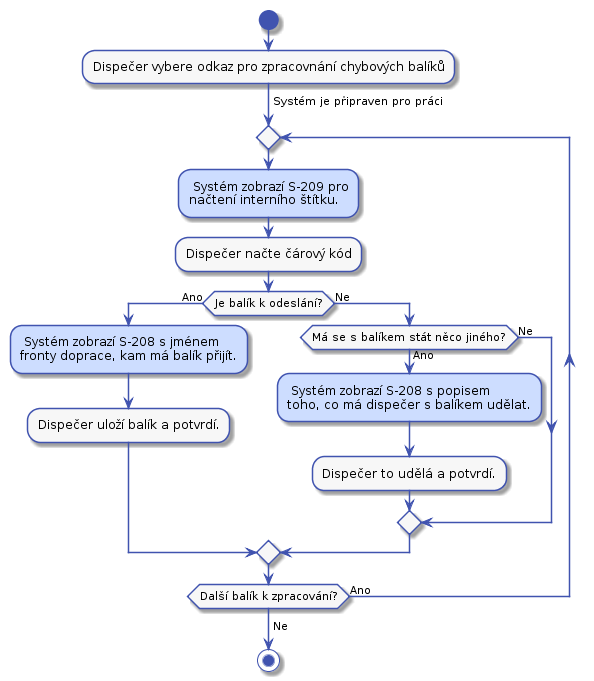
Above: docs/diagrams/out/uc-24-activity.png in Internet-Handel/postman (PlantUML), before the change.
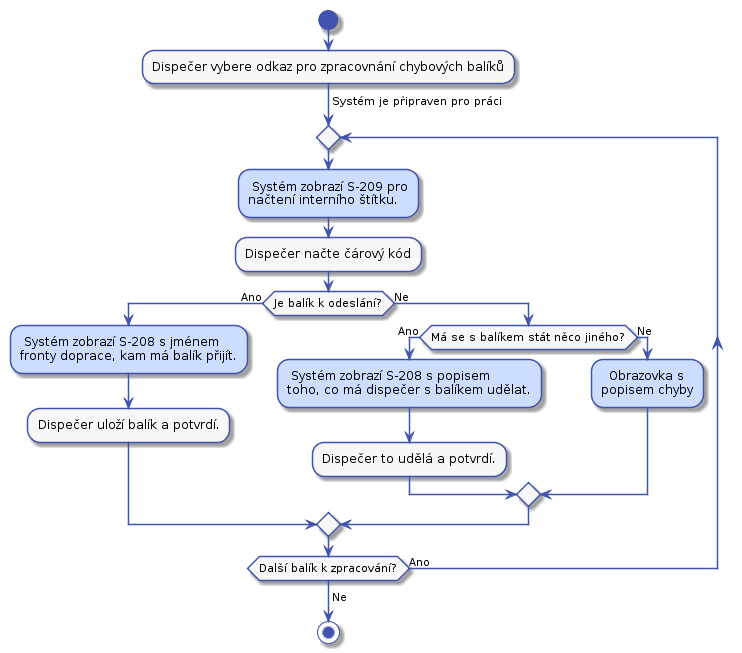
After the change.

What changed in the source:
```diff
@@ -76,6 +76,7 @@
             toho, co má dispečer s balíkem udělat.;
             :Dispečer to udělá a potvrdí.;
         else (Ne)
+            #CDDDFF:  Obrazovka s\npopisem chyby;
         endif
     endif
 repeat while (Další balík k zpracování?) is (Ano)
```
